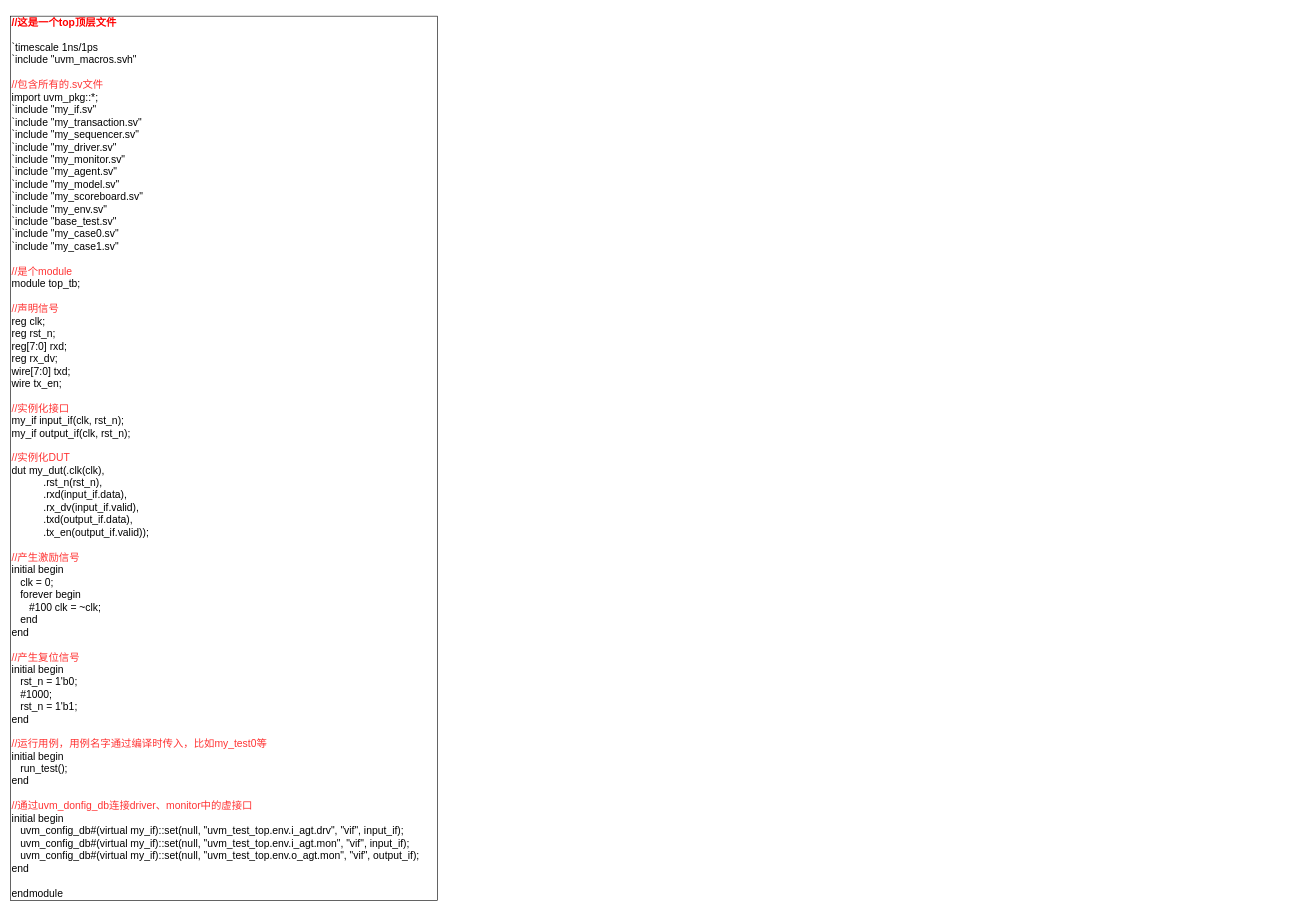
This is UVM架构总结/最终的top_tb.drawio from ghr12345/firsttest, a draw.io file, before an edit. Source tidied: cells renumbered, new cells numbered last; positions are measured from the earlier drawing's top-left corner, leaving out a move shared by most shapes. Both pictures are drawn from the tidied source at 61%, with x=0, y=0 at pixel (10, 16).
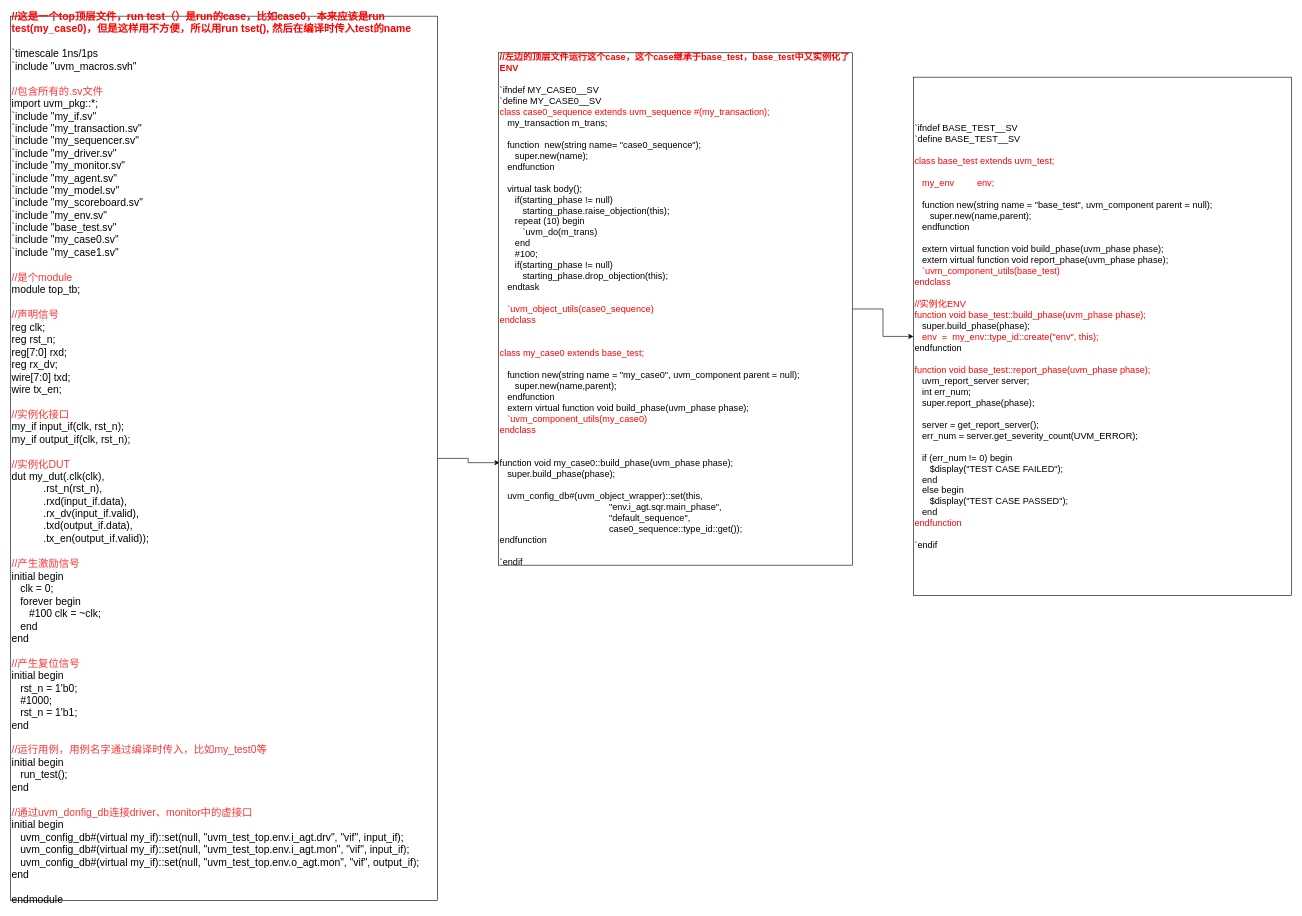
After the change.

Commit message (it also covers changes not shown here):
更新最终的top_tb.drawio

The edit, as a diff of the source:
```diff
@@
 <mxGraphModel>
   <root>
     <mxCell id="0" />
     <mxCell id="1" parent="0" />
+    <mxCell id="3" style="edgeStyle=orthogonalEdgeStyle;rounded=0;jettySize=auto;html=1;entryX=0.003;entryY=0.8;entryDx=0;entryDy=0;entryPerimeter=0;fontSize=15;" parent="1" edge="1" source="2" target="5">
+      <mxGeometry relative="1" as="geometry" />
+    </mxCell>
-    <mxCell id="2" value="&lt;div&gt;&lt;font color=&quot;#ff0000&quot;&gt;&lt;b&gt;//这是一个top顶层文件&lt;/b&gt;&lt;/font&gt;&lt;/div&gt;&lt;div&gt;&lt;br&gt;&lt;/div&gt;&lt;div&gt;`timescale 1ns/1ps&lt;/div&gt;&lt;div&gt;`include &quot;uvm_macros.svh&quot;&lt;/div&gt;&lt;div&gt;&lt;br&gt;&lt;/div&gt;&lt;div&gt;&lt;font color=&quot;#ff3333&quot;&gt;//包含所有的.sv文件&lt;/font&gt;&lt;/div&gt;&lt;div&gt;import uvm_pkg::*;&lt;/div&gt;&lt;div&gt;`include &quot;my_if.sv&quot;&lt;/div&gt;&lt;div&gt;`include &quot;my_transaction.sv&quot;&lt;/div&gt;&lt;div&gt;`include &quot;my_sequencer.sv&quot;&lt;/div&gt;&lt;div&gt;`include &quot;my_driver.sv&quot;&lt;/div&gt;&lt;div&gt;`include &quot;my_monitor.sv&quot;&lt;/div&gt;&lt;div&gt;`include &quot;my_agent.sv&quot;&lt;/div&gt;&lt;div&gt;`include &quot;my_model.sv&quot;&lt;/div&gt;&lt;div&gt;`include &quot;my_scoreboard.sv&quot;&lt;/div&gt;&lt;div&gt;`include &quot;my_env.sv&quot;&lt;/div&gt;&lt;div&gt;`include &quot;base_test.sv&quot;&lt;/div&gt;&lt;div&gt;`include &quot;my_case0.sv&quot;&lt;/div&gt;&lt;div&gt;`include &quot;my_case1.sv&quot;&lt;/div&gt;&lt;div&gt;&lt;br&gt;&lt;/div&gt;&lt;div&gt;&lt;span style=&quot;color: rgb(255 , 51 , 51)&quot;&gt;//是个module&lt;/span&gt;&lt;br&gt;&lt;/div&gt;&lt;div&gt;module top_tb;&lt;/div&gt;&lt;div&gt;&lt;br&gt;&lt;/div&gt;&lt;div&gt;&lt;span style=&quot;color: rgb(255 , 51 , 51)&quot;&gt;//声明信号&lt;/span&gt;&lt;br&gt;&lt;/div&gt;&lt;div&gt;reg clk;&lt;/div&gt;&lt;div&gt;reg rst_n;&lt;/div&gt;&lt;div&gt;reg[7:0] rxd;&lt;/div&gt;&lt;div&gt;reg rx_dv;&lt;/div&gt;&lt;div&gt;wire[7:0] txd;&lt;/div&gt;&lt;div&gt;wire tx_en;&lt;/div&gt;&lt;div&gt;&lt;br&gt;&lt;/div&gt;&lt;div&gt;&lt;span style=&quot;color: rgb(255 , 51 , 51)&quot;&gt;//实例化接口&lt;/span&gt;&lt;br&gt;&lt;/div&gt;&lt;div&gt;my_if input_if(clk, rst_n);&lt;/div&gt;&lt;div&gt;my_if output_if(clk, rst_n);&lt;/div&gt;&lt;div&gt;&lt;br&gt;&lt;/div&gt;&lt;div&gt;&lt;span style=&quot;color: rgb(255 , 51 , 51)&quot;&gt;//实例化DUT&lt;/span&gt;&lt;br&gt;&lt;/div&gt;&lt;div&gt;dut my_dut(.clk(clk),&lt;/div&gt;&lt;div&gt;&amp;nbsp; &amp;nbsp; &amp;nbsp; &amp;nbsp; &amp;nbsp; &amp;nbsp;.rst_n(rst_n),&lt;/div&gt;&lt;div&gt;&amp;nbsp; &amp;nbsp; &amp;nbsp; &amp;nbsp; &amp;nbsp; &amp;nbsp;.rxd(input_if.data),&lt;/div&gt;&lt;div&gt;&amp;nbsp; &amp;nbsp; &amp;nbsp; &amp;nbsp; &amp;nbsp; &amp;nbsp;.rx_dv(input_if.valid),&lt;/div&gt;&lt;div&gt;&amp;nbsp; &amp;nbsp; &amp;nbsp; &amp;nbsp; &amp;nbsp; &amp;nbsp;.txd(output_if.data),&lt;/div&gt;&lt;div&gt;&amp;nbsp; &amp;nbsp; &amp;nbsp; &amp;nbsp; &amp;nbsp; &amp;nbsp;.tx_en(output_if.valid));&lt;/div&gt;&lt;div&gt;&lt;br&gt;&lt;/div&gt;&lt;div&gt;&lt;span style=&quot;color: rgb(255 , 51 , 51)&quot;&gt;//产生激励信号&lt;/span&gt;&lt;br&gt;&lt;/div&gt;&lt;div&gt;initial begin&lt;/div&gt;&lt;div&gt;&amp;nbsp; &amp;nbsp;clk = 0;&lt;/div&gt;&lt;div&gt;&amp;nbsp; &amp;nbsp;forever begin&lt;/div&gt;&lt;div&gt;&amp;nbsp; &amp;nbsp; &amp;nbsp; #100 clk = ~clk;&lt;/div&gt;&lt;div&gt;&amp;nbsp; &amp;nbsp;end&lt;/div&gt;&lt;div&gt;end&lt;/div&gt;&lt;div&gt;&lt;br&gt;&lt;/div&gt;&lt;div&gt;&lt;span style=&quot;color: rgb(255 , 51 , 51)&quot;&gt;//产生复位信号&lt;/span&gt;&lt;br&gt;&lt;/div&gt;&lt;div&gt;initial begin&lt;/div&gt;&lt;div&gt;&amp;nbsp; &amp;nbsp;rst_n = 1'b0;&lt;/div&gt;&lt;div&gt;&amp;nbsp; &amp;nbsp;#1000;&lt;/div&gt;&lt;div&gt;&amp;nbsp; &amp;nbsp;rst_n = 1'b1;&lt;/div&gt;&lt;div&gt;end&lt;/div&gt;&lt;div&gt;&lt;br&gt;&lt;/div&gt;&lt;div&gt;&lt;span style=&quot;color: rgb(255 , 51 , 51)&quot;&gt;//运行用例，用例名字通过编译时传入，比如my_test0等&lt;/span&gt;&lt;br&gt;&lt;/div&gt;&lt;div&gt;initial begin&lt;/div&gt;&lt;div&gt;&amp;nbsp; &amp;nbsp;run_test();&lt;/div&gt;&lt;div&gt;end&lt;/div&gt;&lt;div&gt;&lt;br&gt;&lt;/div&gt;&lt;div&gt;&lt;span style=&quot;color: rgb(255 , 51 , 51)&quot;&gt;//通过uvm_donfig_db连接driver、monitor中的虚接口&lt;/span&gt;&lt;br&gt;&lt;/div&gt;&lt;div&gt;initial begin&lt;/div&gt;&lt;div&gt;&amp;nbsp; &amp;nbsp;uvm_config_db#(virtual my_if)::set(null, &quot;uvm_test_top.env.i_agt.drv&quot;, &quot;vif&quot;, input_if);&lt;/div&gt;&lt;div&gt;&amp;nbsp; &amp;nbsp;uvm_config_db#(virtual my_if)::set(null, &quot;uvm_test_top.env.i_agt.mon&quot;, &quot;vif&quot;, input_if);&lt;/div&gt;&lt;div&gt;&amp;nbsp; &amp;nbsp;uvm_config_db#(virtual my_if)::set(null, &quot;uvm_test_top.env.o_agt.mon&quot;, &quot;vif&quot;, output_if);&lt;/div&gt;&lt;div&gt;end&lt;/div&gt;&lt;div&gt;&lt;br&gt;&lt;/div&gt;&lt;div&gt;endmodule&lt;/div&gt;" style="rounded=0;whiteSpace=wrap;html=1;fontSize=17;align=left;" parent="1" vertex="1">
+    <mxCell id="2" value="&lt;div&gt;&lt;font color=&quot;#ff0000&quot;&gt;&lt;b&gt;//这是一个top顶层文件，run test（）是run的case，比如case0，本来应该是run test(my_case0)，但是这样用不方便，所以用run tset(), 然后在编译时传入test的name&lt;/b&gt;&lt;/font&gt;&lt;/div&gt;&lt;div&gt;&lt;br&gt;&lt;/div&gt;&lt;div&gt;`timescale 1ns/1ps&lt;/div&gt;&lt;div&gt;`include &quot;uvm_macros.svh&quot;&lt;/div&gt;&lt;div&gt;&lt;br&gt;&lt;/div&gt;&lt;div&gt;&lt;font color=&quot;#ff3333&quot;&gt;//包含所有的.sv文件&lt;/font&gt;&lt;/div&gt;&lt;div&gt;import uvm_pkg::*;&lt;/div&gt;&lt;div&gt;`include &quot;my_if.sv&quot;&lt;/div&gt;&lt;div&gt;`include &quot;my_transaction.sv&quot;&lt;/div&gt;&lt;div&gt;`include &quot;my_sequencer.sv&quot;&lt;/div&gt;&lt;div&gt;`include &quot;my_driver.sv&quot;&lt;/div&gt;&lt;div&gt;`include &quot;my_monitor.sv&quot;&lt;/div&gt;&lt;div&gt;`include &quot;my_agent.sv&quot;&lt;/div&gt;&lt;div&gt;`include &quot;my_model.sv&quot;&lt;/div&gt;&lt;div&gt;`include &quot;my_scoreboard.sv&quot;&lt;/div&gt;&lt;div&gt;`include &quot;my_env.sv&quot;&lt;/div&gt;&lt;div&gt;`include &quot;base_test.sv&quot;&lt;/div&gt;&lt;div&gt;`include &quot;my_case0.sv&quot;&lt;/div&gt;&lt;div&gt;`include &quot;my_case1.sv&quot;&lt;/div&gt;&lt;div&gt;&lt;br&gt;&lt;/div&gt;&lt;div&gt;&lt;span style=&quot;color: rgb(255 , 51 , 51)&quot;&gt;//是个module&lt;/span&gt;&lt;br&gt;&lt;/div&gt;&lt;div&gt;module top_tb;&lt;/div&gt;&lt;div&gt;&lt;br&gt;&lt;/div&gt;&lt;div&gt;&lt;span style=&quot;color: rgb(255 , 51 , 51)&quot;&gt;//声明信号&lt;/span&gt;&lt;br&gt;&lt;/div&gt;&lt;div&gt;reg clk;&lt;/div&gt;&lt;div&gt;reg rst_n;&lt;/div&gt;&lt;div&gt;reg[7:0] rxd;&lt;/div&gt;&lt;div&gt;reg rx_dv;&lt;/div&gt;&lt;div&gt;wire[7:0] txd;&lt;/div&gt;&lt;div&gt;wire tx_en;&lt;/div&gt;&lt;div&gt;&lt;br&gt;&lt;/div&gt;&lt;div&gt;&lt;span style=&quot;color: rgb(255 , 51 , 51)&quot;&gt;//实例化接口&lt;/span&gt;&lt;br&gt;&lt;/div&gt;&lt;div&gt;my_if input_if(clk, rst_n);&lt;/div&gt;&lt;div&gt;my_if output_if(clk, rst_n);&lt;/div&gt;&lt;div&gt;&lt;br&gt;&lt;/div&gt;&lt;div&gt;&lt;span style=&quot;color: rgb(255 , 51 , 51)&quot;&gt;//实例化DUT&lt;/span&gt;&lt;br&gt;&lt;/div&gt;&lt;div&gt;dut my_dut(.clk(clk),&lt;/div&gt;&lt;div&gt;&amp;nbsp; &amp;nbsp; &amp;nbsp; &amp;nbsp; &amp;nbsp; &amp;nbsp;.rst_n(rst_n),&lt;/div&gt;&lt;div&gt;&amp;nbsp; &amp;nbsp; &amp;nbsp; &amp;nbsp; &amp;nbsp; &amp;nbsp;.rxd(input_if.data),&lt;/div&gt;&lt;div&gt;&amp;nbsp; &amp;nbsp; &amp;nbsp; &amp;nbsp; &amp;nbsp; &amp;nbsp;.rx_dv(input_if.valid),&lt;/div&gt;&lt;div&gt;&amp;nbsp; &amp;nbsp; &amp;nbsp; &amp;nbsp; &amp;nbsp; &amp;nbsp;.txd(output_if.data),&lt;/div&gt;&lt;div&gt;&amp;nbsp; &amp;nbsp; &amp;nbsp; &amp;nbsp; &amp;nbsp; &amp;nbsp;.tx_en(output_if.valid));&lt;/div&gt;&lt;div&gt;&lt;br&gt;&lt;/div&gt;&lt;div&gt;&lt;span style=&quot;color: rgb(255 , 51 , 51)&quot;&gt;//产生激励信号&lt;/span&gt;&lt;br&gt;&lt;/div&gt;&lt;div&gt;initial begin&lt;/div&gt;&lt;div&gt;&amp;nbsp; &amp;nbsp;clk = 0;&lt;/div&gt;&lt;div&gt;&amp;nbsp; &amp;nbsp;forever begin&lt;/div&gt;&lt;div&gt;&amp;nbsp; &amp;nbsp; &amp;nbsp; #100 clk = ~clk;&lt;/div&gt;&lt;div&gt;&amp;nbsp; &amp;nbsp;end&lt;/div&gt;&lt;div&gt;end&lt;/div&gt;&lt;div&gt;&lt;br&gt;&lt;/div&gt;&lt;div&gt;&lt;span style=&quot;color: rgb(255 , 51 , 51)&quot;&gt;//产生复位信号&lt;/span&gt;&lt;br&gt;&lt;/div&gt;&lt;div&gt;initial begin&lt;/div&gt;&lt;div&gt;&amp;nbsp; &amp;nbsp;rst_n = 1'b0;&lt;/div&gt;&lt;div&gt;&amp;nbsp; &amp;nbsp;#1000;&lt;/div&gt;&lt;div&gt;&amp;nbsp; &amp;nbsp;rst_n = 1'b1;&lt;/div&gt;&lt;div&gt;end&lt;/div&gt;&lt;div&gt;&lt;br&gt;&lt;/div&gt;&lt;div&gt;&lt;span style=&quot;color: rgb(255 , 51 , 51)&quot;&gt;//运行用例，用例名字通过编译时传入，比如my_test0等&lt;/span&gt;&lt;br&gt;&lt;/div&gt;&lt;div&gt;initial begin&lt;/div&gt;&lt;div&gt;&amp;nbsp; &amp;nbsp;run_test();&lt;/div&gt;&lt;div&gt;end&lt;/div&gt;&lt;div&gt;&lt;br&gt;&lt;/div&gt;&lt;div&gt;&lt;span style=&quot;color: rgb(255 , 51 , 51)&quot;&gt;//通过uvm_donfig_db连接driver、monitor中的虚接口&lt;/span&gt;&lt;br&gt;&lt;/div&gt;&lt;div&gt;initial begin&lt;/div&gt;&lt;div&gt;&amp;nbsp; &amp;nbsp;uvm_config_db#(virtual my_if)::set(null, &quot;uvm_test_top.env.i_agt.drv&quot;, &quot;vif&quot;, input_if);&lt;/div&gt;&lt;div&gt;&amp;nbsp; &amp;nbsp;uvm_config_db#(virtual my_if)::set(null, &quot;uvm_test_top.env.i_agt.mon&quot;, &quot;vif&quot;, input_if);&lt;/div&gt;&lt;div&gt;&amp;nbsp; &amp;nbsp;uvm_config_db#(virtual my_if)::set(null, &quot;uvm_test_top.env.o_agt.mon&quot;, &quot;vif&quot;, output_if);&lt;/div&gt;&lt;div&gt;end&lt;/div&gt;&lt;div&gt;&lt;br&gt;&lt;/div&gt;&lt;div&gt;endmodule&lt;/div&gt;" style="rounded=0;whiteSpace=wrap;html=1;fontSize=17;align=left;" parent="1" vertex="1">
       <mxGeometry width="700" height="1450" as="geometry" />
     </mxCell>
+    <mxCell id="4" style="edgeStyle=orthogonalEdgeStyle;rounded=0;jettySize=auto;html=1;fontSize=15;" parent="1" edge="1" source="5" target="6">
+      <mxGeometry relative="1" as="geometry" />
+    </mxCell>
+    <mxCell id="5" value="&lt;div style=&quot;font-size: 15px&quot;&gt;&lt;font color=&quot;#ff0000&quot;&gt;&lt;b&gt;//左边的顶层文件运行这个case，这个case继承于base_test，base_test中又实例化了ENV&lt;/b&gt;&lt;/font&gt;&lt;/div&gt;&lt;div style=&quot;font-size: 15px&quot;&gt;&lt;br&gt;&lt;/div&gt;&lt;div style=&quot;font-size: 15px&quot;&gt;`ifndef MY_CASE0__SV&lt;/div&gt;&lt;div style=&quot;font-size: 15px&quot;&gt;`define MY_CASE0__SV&lt;/div&gt;&lt;div style=&quot;font-size: 15px&quot;&gt;&lt;font color=&quot;#ff0000&quot;&gt;class case0_sequence extends uvm_sequence #(my_transaction);&lt;/font&gt;&lt;/div&gt;&lt;div style=&quot;font-size: 15px&quot;&gt;&amp;nbsp; &amp;nbsp;my_transaction m_trans;&lt;/div&gt;&lt;div style=&quot;font-size: 15px&quot;&gt;&lt;br style=&quot;font-size: 15px&quot;&gt;&lt;/div&gt;&lt;div style=&quot;font-size: 15px&quot;&gt;&amp;nbsp; &amp;nbsp;function&amp;nbsp; new(string name= &quot;case0_sequence&quot;);&lt;/div&gt;&lt;div style=&quot;font-size: 15px&quot;&gt;&amp;nbsp; &amp;nbsp; &amp;nbsp; super.new(name);&lt;/div&gt;&lt;div style=&quot;font-size: 15px&quot;&gt;&amp;nbsp; &amp;nbsp;endfunction&amp;nbsp;&lt;/div&gt;&lt;div style=&quot;font-size: 15px&quot;&gt;&amp;nbsp; &amp;nbsp;&lt;/div&gt;&lt;div style=&quot;font-size: 15px&quot;&gt;&amp;nbsp; &amp;nbsp;virtual task body();&lt;/div&gt;&lt;div style=&quot;font-size: 15px&quot;&gt;&amp;nbsp; &amp;nbsp; &amp;nbsp; if(starting_phase != null)&amp;nbsp;&lt;/div&gt;&lt;div style=&quot;font-size: 15px&quot;&gt;&amp;nbsp; &amp;nbsp; &amp;nbsp; &amp;nbsp; &amp;nbsp;starting_phase.raise_objection(this);&lt;/div&gt;&lt;div style=&quot;font-size: 15px&quot;&gt;&amp;nbsp; &amp;nbsp; &amp;nbsp; repeat (10) begin&lt;/div&gt;&lt;div style=&quot;font-size: 15px&quot;&gt;&amp;nbsp; &amp;nbsp; &amp;nbsp; &amp;nbsp; &amp;nbsp;`uvm_do(m_trans)&lt;/div&gt;&lt;div style=&quot;font-size: 15px&quot;&gt;&amp;nbsp; &amp;nbsp; &amp;nbsp; end&lt;/div&gt;&lt;div style=&quot;font-size: 15px&quot;&gt;&amp;nbsp; &amp;nbsp; &amp;nbsp; #100;&lt;/div&gt;&lt;div style=&quot;font-size: 15px&quot;&gt;&amp;nbsp; &amp;nbsp; &amp;nbsp; if(starting_phase != null)&amp;nbsp;&lt;/div&gt;&lt;div style=&quot;font-size: 15px&quot;&gt;&amp;nbsp; &amp;nbsp; &amp;nbsp; &amp;nbsp; &amp;nbsp;starting_phase.drop_objection(this);&lt;/div&gt;&lt;div style=&quot;font-size: 15px&quot;&gt;&amp;nbsp; &amp;nbsp;endtask&lt;/div&gt;&lt;div style=&quot;font-size: 15px&quot;&gt;&lt;br style=&quot;font-size: 15px&quot;&gt;&lt;/div&gt;&lt;div style=&quot;font-size: 15px&quot;&gt;&amp;nbsp; &amp;nbsp;&lt;font color=&quot;#ff0000&quot;&gt;`uvm_object_utils(case0_sequence)&lt;/font&gt;&lt;/div&gt;&lt;div style=&quot;font-size: 15px&quot;&gt;&lt;font color=&quot;#ff0000&quot;&gt;endclass&lt;/font&gt;&lt;/div&gt;&lt;div style=&quot;font-size: 15px&quot;&gt;&lt;br style=&quot;font-size: 15px&quot;&gt;&lt;/div&gt;&lt;div style=&quot;font-size: 15px&quot;&gt;&lt;br style=&quot;font-size: 15px&quot;&gt;&lt;/div&gt;&lt;div style=&quot;font-size: 15px&quot;&gt;&lt;font color=&quot;#ff0000&quot;&gt;class my_case0 extends base_test;&lt;/font&gt;&lt;/div&gt;&lt;div style=&quot;font-size: 15px&quot;&gt;&lt;br style=&quot;font-size: 15px&quot;&gt;&lt;/div&gt;&lt;div style=&quot;font-size: 15px&quot;&gt;&amp;nbsp; &amp;nbsp;function new(string name = &quot;my_case0&quot;, uvm_component parent = null);&lt;/div&gt;&lt;div style=&quot;font-size: 15px&quot;&gt;&amp;nbsp; &amp;nbsp; &amp;nbsp; super.new(name,parent);&lt;/div&gt;&lt;div style=&quot;font-size: 15px&quot;&gt;&amp;nbsp; &amp;nbsp;endfunction&amp;nbsp;&lt;/div&gt;&lt;div style=&quot;font-size: 15px&quot;&gt;&amp;nbsp; &amp;nbsp;extern virtual function void build_phase(uvm_phase phase);&amp;nbsp;&lt;/div&gt;&lt;div style=&quot;font-size: 15px&quot;&gt;&amp;nbsp; &lt;font color=&quot;#ff0000&quot;&gt;&amp;nbsp;`uvm_component_utils(my_case0)&lt;/font&gt;&lt;/div&gt;&lt;div style=&quot;font-size: 15px&quot;&gt;&lt;font color=&quot;#ff0000&quot;&gt;endclass&lt;/font&gt;&lt;/div&gt;&lt;div style=&quot;font-size: 15px&quot;&gt;&lt;br style=&quot;font-size: 15px&quot;&gt;&lt;/div&gt;&lt;div style=&quot;font-size: 15px&quot;&gt;&lt;br style=&quot;font-size: 15px&quot;&gt;&lt;/div&gt;&lt;div style=&quot;font-size: 15px&quot;&gt;function void my_case0::build_phase(uvm_phase phase);&lt;/div&gt;&lt;div style=&quot;font-size: 15px&quot;&gt;&amp;nbsp; &amp;nbsp;super.build_phase(phase);&lt;/div&gt;&lt;div style=&quot;font-size: 15px&quot;&gt;&lt;br style=&quot;font-size: 15px&quot;&gt;&lt;/div&gt;&lt;div style=&quot;font-size: 15px&quot;&gt;&amp;nbsp; &amp;nbsp;uvm_config_db#(uvm_object_wrapper)::set(this,&amp;nbsp;&lt;/div&gt;&lt;div style=&quot;font-size: 15px&quot;&gt;&amp;nbsp; &amp;nbsp; &amp;nbsp; &amp;nbsp; &amp;nbsp; &amp;nbsp; &amp;nbsp; &amp;nbsp; &amp;nbsp; &amp;nbsp; &amp;nbsp; &amp;nbsp; &amp;nbsp; &amp;nbsp; &amp;nbsp; &amp;nbsp; &amp;nbsp; &amp;nbsp; &amp;nbsp; &amp;nbsp; &amp;nbsp; &amp;nbsp;&quot;env.i_agt.sqr.main_phase&quot;,&amp;nbsp;&lt;/div&gt;&lt;div style=&quot;font-size: 15px&quot;&gt;&amp;nbsp; &amp;nbsp; &amp;nbsp; &amp;nbsp; &amp;nbsp; &amp;nbsp; &amp;nbsp; &amp;nbsp; &amp;nbsp; &amp;nbsp; &amp;nbsp; &amp;nbsp; &amp;nbsp; &amp;nbsp; &amp;nbsp; &amp;nbsp; &amp;nbsp; &amp;nbsp; &amp;nbsp; &amp;nbsp; &amp;nbsp; &amp;nbsp;&quot;default_sequence&quot;,&amp;nbsp;&lt;/div&gt;&lt;div style=&quot;font-size: 15px&quot;&gt;&amp;nbsp; &amp;nbsp; &amp;nbsp; &amp;nbsp; &amp;nbsp; &amp;nbsp; &amp;nbsp; &amp;nbsp; &amp;nbsp; &amp;nbsp; &amp;nbsp; &amp;nbsp; &amp;nbsp; &amp;nbsp; &amp;nbsp; &amp;nbsp; &amp;nbsp; &amp;nbsp; &amp;nbsp; &amp;nbsp; &amp;nbsp; &amp;nbsp;case0_sequence::type_id::get());&lt;/div&gt;&lt;div style=&quot;font-size: 15px&quot;&gt;endfunction&lt;/div&gt;&lt;div style=&quot;font-size: 15px&quot;&gt;&lt;br style=&quot;font-size: 15px&quot;&gt;&lt;/div&gt;&lt;div style=&quot;font-size: 15px&quot;&gt;`endif&lt;/div&gt;" style="rounded=0;whiteSpace=wrap;html=1;fontSize=15;align=left;" parent="1" vertex="1">
+      <mxGeometry x="800" y="60" width="580" height="840" as="geometry" />
+    </mxCell>
+    <mxCell id="6" value="&lt;div&gt;`ifndef BASE_TEST__SV&lt;/div&gt;&lt;div&gt;`define BASE_TEST__SV&lt;/div&gt;&lt;div&gt;&lt;br&gt;&lt;/div&gt;&lt;div&gt;&lt;font color=&quot;#ff0000&quot;&gt;class base_test extends uvm_test;&lt;/font&gt;&lt;/div&gt;&lt;div&gt;&lt;br&gt;&lt;/div&gt;&lt;div&gt;&amp;nbsp; &amp;nbsp;&lt;font color=&quot;#ff0000&quot;&gt;my_env&amp;nbsp; &amp;nbsp; &amp;nbsp; &amp;nbsp; &amp;nbsp;env;&lt;/font&gt;&lt;/div&gt;&lt;div&gt;&amp;nbsp; &amp;nbsp;&lt;/div&gt;&lt;div&gt;&amp;nbsp; &amp;nbsp;function new(string name = &quot;base_test&quot;, uvm_component parent = null);&lt;/div&gt;&lt;div&gt;&amp;nbsp; &amp;nbsp; &amp;nbsp; super.new(name,parent);&lt;/div&gt;&lt;div&gt;&amp;nbsp; &amp;nbsp;endfunction&lt;/div&gt;&lt;div&gt;&amp;nbsp; &amp;nbsp;&lt;/div&gt;&lt;div&gt;&amp;nbsp; &amp;nbsp;extern virtual function void build_phase(uvm_phase phase);&lt;/div&gt;&lt;div&gt;&amp;nbsp; &amp;nbsp;extern virtual function void report_phase(uvm_phase phase);&lt;/div&gt;&lt;div&gt;&lt;font color=&quot;#ff0000&quot;&gt;&amp;nbsp; &amp;nbsp;`uvm_component_utils(base_test)&lt;/font&gt;&lt;/div&gt;&lt;div&gt;&lt;font color=&quot;#ff0000&quot;&gt;endclass&lt;/font&gt;&lt;/div&gt;&lt;div&gt;&lt;br&gt;&lt;/div&gt;&lt;div&gt;&lt;font color=&quot;#ff0000&quot;&gt;//实例化ENV&lt;/font&gt;&lt;/div&gt;&lt;div&gt;&lt;font color=&quot;#ff0000&quot;&gt;function void base_test::build_phase(uvm_phase phase);&lt;/font&gt;&lt;/div&gt;&lt;div&gt;&amp;nbsp; &amp;nbsp;super.build_phase(phase);&lt;/div&gt;&lt;div&gt;&amp;nbsp; &amp;nbsp;&lt;font color=&quot;#ff0000&quot;&gt;env&amp;nbsp; =&amp;nbsp; my_env::type_id::create(&quot;env&quot;, this);&amp;nbsp;&lt;/font&gt;&lt;/div&gt;&lt;div&gt;endfunction&lt;/div&gt;&lt;div&gt;&lt;br&gt;&lt;/div&gt;&lt;div&gt;&lt;font color=&quot;#ff0000&quot;&gt;function void base_test::report_phase(uvm_phase phase);&lt;/font&gt;&lt;/div&gt;&lt;div&gt;&amp;nbsp; &amp;nbsp;uvm_report_server server;&lt;/div&gt;&lt;div&gt;&amp;nbsp; &amp;nbsp;int err_num;&lt;/div&gt;&lt;div&gt;&amp;nbsp; &amp;nbsp;super.report_phase(phase);&lt;/div&gt;&lt;div&gt;&lt;br&gt;&lt;/div&gt;&lt;div&gt;&amp;nbsp; &amp;nbsp;server = get_report_server();&lt;/div&gt;&lt;div&gt;&amp;nbsp; &amp;nbsp;err_num = server.get_severity_count(UVM_ERROR);&lt;/div&gt;&lt;div&gt;&lt;br&gt;&lt;/div&gt;&lt;div&gt;&amp;nbsp; &amp;nbsp;if (err_num != 0) begin&lt;/div&gt;&lt;div&gt;&amp;nbsp; &amp;nbsp; &amp;nbsp; $display(&quot;TEST CASE FAILED&quot;);&lt;/div&gt;&lt;div&gt;&amp;nbsp; &amp;nbsp;end&lt;/div&gt;&lt;div&gt;&amp;nbsp; &amp;nbsp;else begin&lt;/div&gt;&lt;div&gt;&amp;nbsp; &amp;nbsp; &amp;nbsp; $display(&quot;TEST CASE PASSED&quot;);&lt;/div&gt;&lt;div&gt;&amp;nbsp; &amp;nbsp;end&lt;/div&gt;&lt;div&gt;&lt;font color=&quot;#ff0000&quot;&gt;endfunction&lt;/font&gt;&lt;/div&gt;&lt;div&gt;&lt;br&gt;&lt;/div&gt;&lt;div&gt;`endif&lt;/div&gt;" style="rounded=0;whiteSpace=wrap;html=1;fontSize=15;align=left;" parent="1" vertex="1">
+      <mxGeometry x="1480" y="100" width="620" height="850" as="geometry" />
+    </mxCell>
   </root>
 </mxGraphModel>
```
